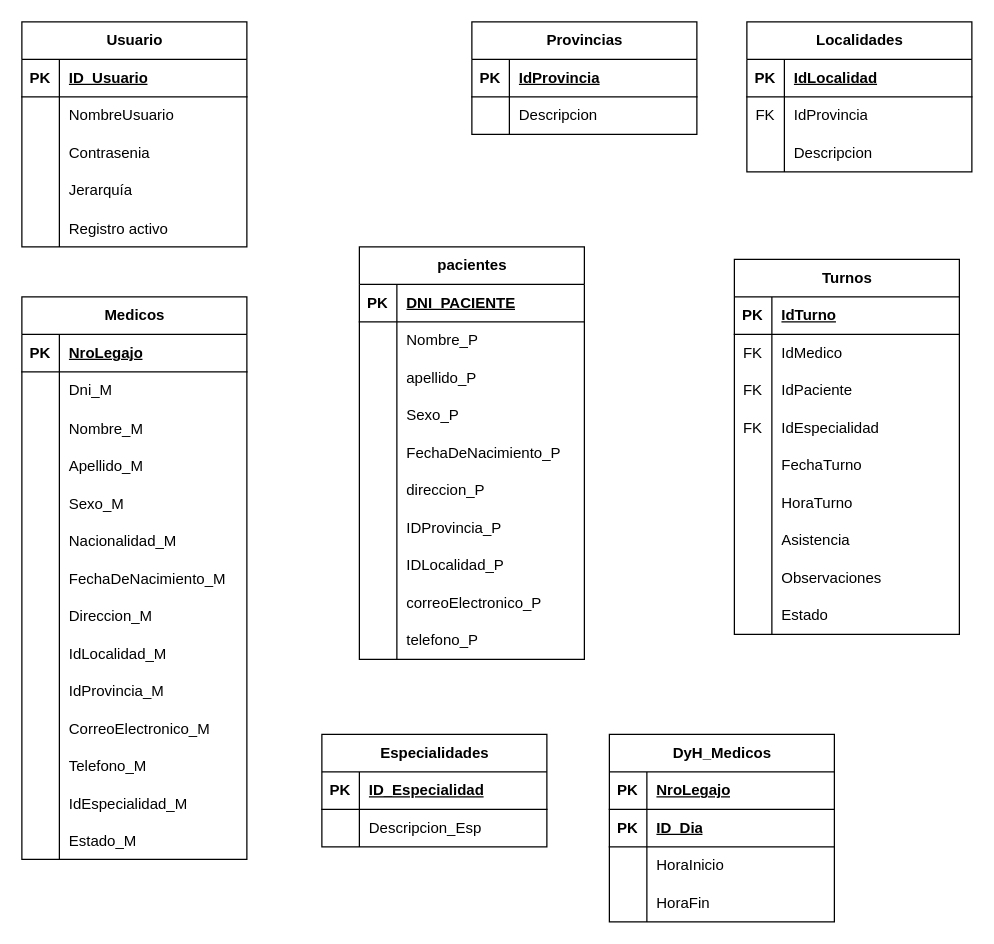
ZerothVeratross/tpi-progra3 keeps this draw.io diagram as DER_Clinica.drawio. Above is the earlier version. Source tidied: cells renumbered, new cells numbered last; positions are measured from the earlier drawing's top-left corner, leaving out a move shared by most shapes. Both pictures are drawn from the tidied source at 125%, with x=0, y=0 at pixel (21, 21).
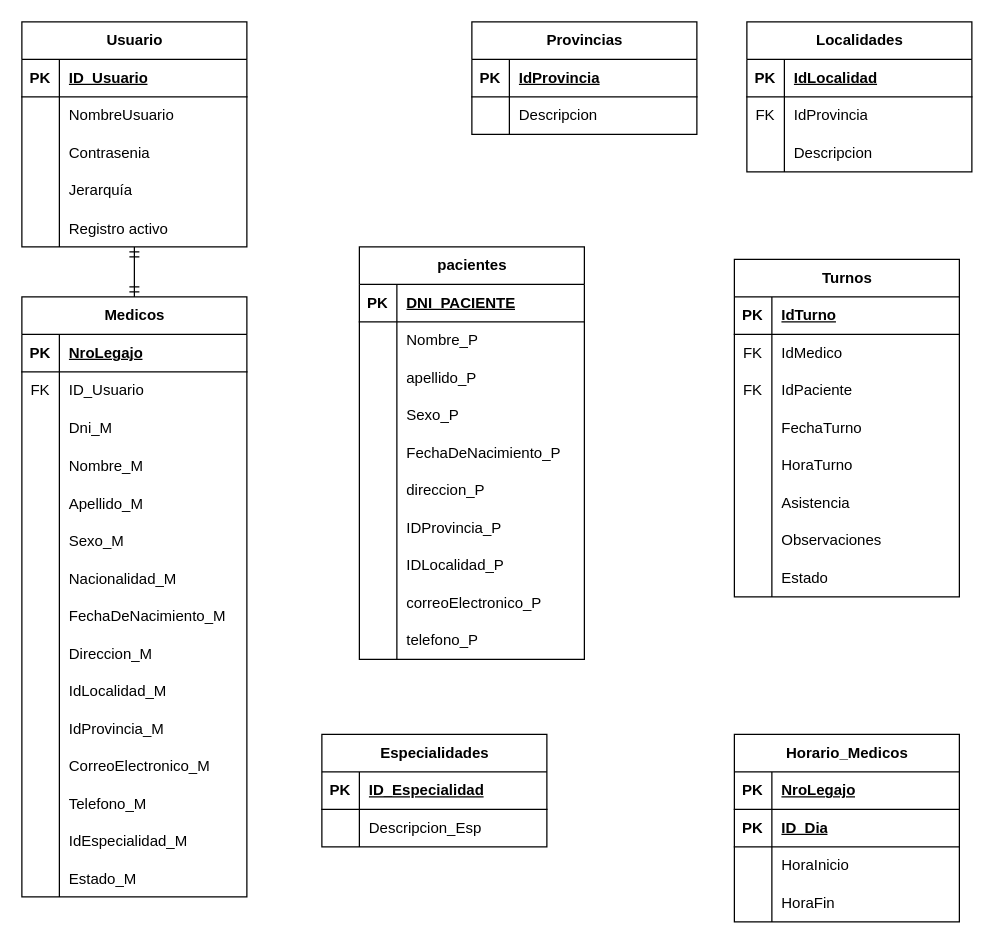
Above is the later version.

Commit message:
DER - Corrección en Horario_Medicos y Turnos, y relación entre Usuario y Medicos

Cambio el nombre de DyH_Medicos a Horario_Medicos para que el nombre sea más descriptivo y remuevo ID_Especialidad de la tabla Turnos, ya que esa información se puede obtener de IdMedico.

Unchanged cells that the change refers to:
```xml
<mxCell id="2" value="Usuario" style="shape=table;startSize=30;childLayout=tableLayout;rowLines=0;fontStyle=1;align=center;html=1;" parent="1" vertex="1">
  <mxGeometry width="180" height="180" as="geometry" />
</mxCell>
```

What changed in the source:
```diff
@@
+    <mxCell id="157" style="edgeStyle=orthogonalEdgeStyle;rounded=0;jettySize=auto;html=1;entryX=0.5;entryY=0;entryDx=0;entryDy=0;endArrow=ERmandOne;endFill=0;startArrow=ERmandOne;startFill=0;" parent="1" edge="1" source="2" target="94">
+      <mxGeometry relative="1" as="geometry" />
+    </mxCell>
@@
     <mxCell id="35" value="Turnos" style="shape=table;startSize=30;childLayout=tableLayout;rowLines=0;fontStyle=1;align=center;html=1;" parent="1" vertex="1">
-      <mxGeometry x="570" y="190" width="180" height="300" as="geometry" />
+      <mxGeometry x="570" y="190" width="180" height="270" as="geometry" />
     </mxCell>
@@
-    <mxCell id="45" style="shape=tableRow;horizontal=0;startSize=0;swimlaneHead=0;swimlaneBody=0;fillColor=none;top=0;left=0;right=0;bottom=0;" parent="35" vertex="1">
-      <mxGeometry y="120" width="180" height="30" as="geometry" />
-    </mxCell>
-    <mxCell id="46" value="FK" style="shape=partialRectangle;fillColor=none;top=0;left=0;bottom=0;right=0;overflow=hidden;whiteSpace=wrap;html=1;" parent="45" vertex="1">
-      <mxGeometry width="30" height="30" as="geometry" />
-    </mxCell>
-    <mxCell id="47" value="IdEspecialidad" style="shape=partialRectangle;fillColor=none;top=0;left=0;bottom=0;right=0;align=left;spacingLeft=6;overflow=hidden;whiteSpace=wrap;html=1;" parent="45" vertex="1">
-      <mxGeometry x="30" width="150" height="30" as="geometry" />
-    </mxCell>
     <mxCell id="48" style="shape=tableRow;horizontal=0;startSize=0;swimlaneHead=0;swimlaneBody=0;fillColor=none;top=0;left=0;right=0;bottom=0;" parent="35" vertex="1">
-      <mxGeometry y="150" width="180" height="30" as="geometry" />
+      <mxGeometry y="120" width="180" height="30" as="geometry" />
     </mxCell>
@@
     <mxCell id="51" style="shape=tableRow;horizontal=0;startSize=0;swimlaneHead=0;swimlaneBody=0;fillColor=none;top=0;left=0;right=0;bottom=0;" parent="35" vertex="1">
-      <mxGeometry y="180" width="180" height="30" as="geometry" />
+      <mxGeometry y="150" width="180" height="30" as="geometry" />
     </mxCell>
@@
     <mxCell id="54" style="shape=tableRow;horizontal=0;startSize=0;swimlaneHead=0;swimlaneBody=0;fillColor=none;top=0;left=0;right=0;bottom=0;" parent="35" vertex="1">
-      <mxGeometry y="210" width="180" height="30" as="geometry" />
+      <mxGeometry y="180" width="180" height="30" as="geometry" />
     </mxCell>
@@
     <mxCell id="57" style="shape=tableRow;horizontal=0;startSize=0;swimlaneHead=0;swimlaneBody=0;fillColor=none;top=0;left=0;right=0;bottom=0;" parent="35" vertex="1">
-      <mxGeometry y="240" width="180" height="30" as="geometry" />
+      <mxGeometry y="210" width="180" height="30" as="geometry" />
     </mxCell>
@@
     <mxCell id="60" style="shape=tableRow;horizontal=0;startSize=0;swimlaneHead=0;swimlaneBody=0;fillColor=none;top=0;left=0;right=0;bottom=0;" parent="35" vertex="1">
-      <mxGeometry y="270" width="180" height="30" as="geometry" />
+      <mxGeometry y="240" width="180" height="30" as="geometry" />
     </mxCell>
@@
     <mxCell id="94" value="Medicos" style="shape=table;startSize=30;childLayout=tableLayout;rowLines=0;fontStyle=1;align=center;html=1;" parent="1" vertex="1">
-      <mxGeometry y="220" width="180" height="450" as="geometry" />
+      <mxGeometry y="220" width="180" height="480" as="geometry" />
     </mxCell>
@@
+    <mxCell id="158" style="shape=tableRow;horizontal=0;startSize=0;swimlaneHead=0;swimlaneBody=0;fillColor=none;top=0;left=0;right=0;bottom=0;" parent="94" vertex="1">
+      <mxGeometry y="60" width="180" height="30" as="geometry" />
+    </mxCell>
+    <mxCell id="46" value="FK" style="shape=partialRectangle;fillColor=none;top=0;left=0;bottom=0;right=0;fontStyle=0;overflow=hidden;whiteSpace=wrap;html=1;" parent="158" vertex="1">
+      <mxGeometry width="30" height="30" as="geometry" />
+    </mxCell>
+    <mxCell id="159" value="ID_Usuario" style="shape=partialRectangle;fillColor=none;top=0;left=0;bottom=0;right=0;align=left;spacingLeft=6;fontStyle=0;overflow=hidden;whiteSpace=wrap;html=1;" parent="158" vertex="1">
+      <mxGeometry x="30" width="150" height="30" as="geometry" />
+    </mxCell>
     <mxCell id="98" style="shape=tableRow;horizontal=0;startSize=0;swimlaneHead=0;swimlaneBody=0;fillColor=none;top=0;left=0;right=0;bottom=0;" parent="94" vertex="1">
-      <mxGeometry y="60" width="180" height="30" as="geometry" />
+      <mxGeometry y="90" width="180" height="30" as="geometry" />
     </mxCell>
@@
     <mxCell id="101" style="shape=tableRow;horizontal=0;startSize=0;swimlaneHead=0;swimlaneBody=0;fillColor=none;top=0;left=0;right=0;bottom=0;" parent="94" vertex="1">
-      <mxGeometry y="90" width="180" height="30" as="geometry" />
+      <mxGeometry y="120" width="180" height="30" as="geometry" />
     </mxCell>
@@
     <mxCell id="104" style="shape=tableRow;horizontal=0;startSize=0;swimlaneHead=0;swimlaneBody=0;fillColor=none;top=0;left=0;right=0;bottom=0;" parent="94" vertex="1">
-      <mxGeometry y="120" width="180" height="30" as="geometry" />
+      <mxGeometry y="150" width="180" height="30" as="geometry" />
     </mxCell>
@@
     <mxCell id="107" style="shape=tableRow;horizontal=0;startSize=0;swimlaneHead=0;swimlaneBody=0;fillColor=none;top=0;left=0;right=0;bottom=0;" parent="94" vertex="1">
-      <mxGeometry y="150" width="180" height="30" as="geometry" />
+      <mxGeometry y="180" width="180" height="30" as="geometry" />
     </mxCell>
@@
     <mxCell id="110" style="shape=tableRow;horizontal=0;startSize=0;swimlaneHead=0;swimlaneBody=0;fillColor=none;top=0;left=0;right=0;bottom=0;" parent="94" vertex="1">
-      <mxGeometry y="180" width="180" height="30" as="geometry" />
+      <mxGeometry y="210" width="180" height="30" as="geometry" />
     </mxCell>
@@
     <mxCell id="113" style="shape=tableRow;horizontal=0;startSize=0;swimlaneHead=0;swimlaneBody=0;fillColor=none;top=0;left=0;right=0;bottom=0;" parent="94" vertex="1">
-      <mxGeometry y="210" width="180" height="30" as="geometry" />
+      <mxGeometry y="240" width="180" height="30" as="geometry" />
     </mxCell>
@@
     <mxCell id="116" style="shape=tableRow;horizontal=0;startSize=0;swimlaneHead=0;swimlaneBody=0;fillColor=none;top=0;left=0;right=0;bottom=0;" parent="94" vertex="1">
-      <mxGeometry y="240" width="180" height="30" as="geometry" />
+      <mxGeometry y="270" width="180" height="30" as="geometry" />
     </mxCell>
@@
     <mxCell id="119" style="shape=tableRow;horizontal=0;startSize=0;swimlaneHead=0;swimlaneBody=0;fillColor=none;top=0;left=0;right=0;bottom=0;" parent="94" vertex="1">
-      <mxGeometry y="270" width="180" height="30" as="geometry" />
+      <mxGeometry y="300" width="180" height="30" as="geometry" />
     </mxCell>
@@
     <mxCell id="122" style="shape=tableRow;horizontal=0;startSize=0;swimlaneHead=0;swimlaneBody=0;fillColor=none;top=0;left=0;right=0;bottom=0;" parent="94" vertex="1">
-      <mxGeometry y="300" width="180" height="30" as="geometry" />
+      <mxGeometry y="330" width="180" height="30" as="geometry" />
     </mxCell>
@@
     <mxCell id="125" style="shape=tableRow;horizontal=0;startSize=0;swimlaneHead=0;swimlaneBody=0;fillColor=none;top=0;left=0;right=0;bottom=0;" parent="94" vertex="1">
-      <mxGeometry y="330" width="180" height="30" as="geometry" />
+      <mxGeometry y="360" width="180" height="30" as="geometry" />
     </mxCell>
@@
     <mxCell id="128" style="shape=tableRow;horizontal=0;startSize=0;swimlaneHead=0;swimlaneBody=0;fillColor=none;top=0;left=0;right=0;bottom=0;" parent="94" vertex="1">
-      <mxGeometry y="360" width="180" height="30" as="geometry" />
+      <mxGeometry y="390" width="180" height="30" as="geometry" />
     </mxCell>
@@
     <mxCell id="131" style="shape=tableRow;horizontal=0;startSize=0;swimlaneHead=0;swimlaneBody=0;fillColor=none;top=0;left=0;right=0;bottom=0;" parent="94" vertex="1">
-      <mxGeometry y="390" width="180" height="30" as="geometry" />
+      <mxGeometry y="420" width="180" height="30" as="geometry" />
     </mxCell>
@@
     <mxCell id="134" style="shape=tableRow;horizontal=0;startSize=0;swimlaneHead=0;swimlaneBody=0;fillColor=none;top=0;left=0;right=0;bottom=0;" parent="94" vertex="1">
-      <mxGeometry y="420" width="180" height="30" as="geometry" />
+      <mxGeometry y="450" width="180" height="30" as="geometry" />
     </mxCell>
@@
-    <mxCell id="144" value="DyH_Medicos" style="shape=table;startSize=30;childLayout=tableLayout;rowLines=0;fontStyle=1;align=center;html=1;" parent="1" vertex="1">
-      <mxGeometry x="470" y="570" width="180" height="150" as="geometry" />
+    <mxCell id="144" value="Horario&lt;span style=&quot;background-color: transparent; color: light-dark(rgb(0, 0, 0), rgb(255, 255, 255));&quot;&gt;_Medicos&lt;/span&gt;" style="shape=table;startSize=30;childLayout=tableLayout;rowLines=0;fontStyle=1;align=center;html=1;" parent="1" vertex="1">
+      <mxGeometry x="570" y="570" width="180" height="150" as="geometry" />
     </mxCell>
```
